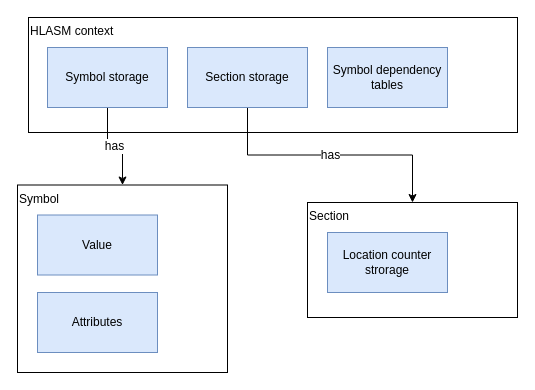
Above: documentation/img/ord_ctx_arch.drawio in michalbali256/HlasmPlugin-docs (draw.io), before the change. Source tidied: cells renumbered, new cells numbered last; positions are measured from the earlier drawing's top-left corner, leaving out a move shared by most shapes. Both pictures are drawn from the tidied source at 100%, with x=0, y=0 at pixel (17, 17).
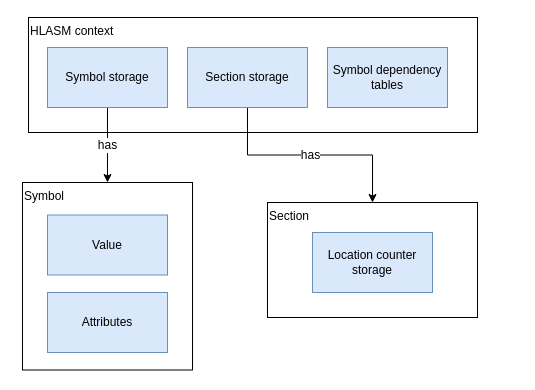
After the change.

Change to the diagram source:
```diff
@@
 <mxGraphModel>
   <root>
     <mxCell id="0" />
     <mxCell id="1" parent="0" />
     <mxCell id="2" value="Section" style="rounded=0;whiteSpace=wrap;html=1;flipV=0;flipH=1;direction=east;verticalAlign=top;align=left;" parent="1" vertex="1">
-      <mxGeometry x="290" y="185" width="210" height="115" as="geometry" />
+      <mxGeometry x="250" y="185" width="210" height="115" as="geometry" />
     </mxCell>
     <mxCell id="3" value="HLASM context" style="rounded=0;whiteSpace=wrap;html=1;flipV=0;flipH=1;direction=east;verticalAlign=top;align=left;" parent="1" vertex="1">
-      <mxGeometry x="11" width="489" height="115" as="geometry" />
+      <mxGeometry x="11" width="449" height="115" as="geometry" />
     </mxCell>
     <mxCell id="4" value="has" style="edgeStyle=orthogonalEdgeStyle;rounded=0;jettySize=auto;html=1;fontSize=12;" parent="1" edge="1" source="5" target="10">
       <mxGeometry relative="1" as="geometry" />
     </mxCell>
     <mxCell id="5" value="Symbol storage" style="rounded=0;whiteSpace=wrap;html=1;flipV=0;flipH=1;direction=east;verticalAlign=middle;fillColor=#dae8fc;strokeColor=#6c8ebf;" parent="1" vertex="1">
       <mxGeometry x="30" y="30" width="120" height="60" as="geometry" />
     </mxCell>
     <mxCell id="6" value="has" style="edgeStyle=orthogonalEdgeStyle;rounded=0;jettySize=auto;html=1;entryX=0.5;entryY=0;entryDx=0;entryDy=0;fontSize=12;" parent="1" edge="1" source="7" target="2">
       <mxGeometry relative="1" as="geometry" />
     </mxCell>
     <mxCell id="7" value="Section storage" style="rounded=0;whiteSpace=wrap;html=1;flipV=0;flipH=1;direction=east;verticalAlign=middle;fillColor=#dae8fc;strokeColor=#6c8ebf;" parent="1" vertex="1">
       <mxGeometry x="170" y="30" width="120" height="60" as="geometry" />
     </mxCell>
     <mxCell id="8" value="Symbol dependency tables" style="rounded=0;whiteSpace=wrap;html=1;flipV=0;flipH=1;direction=east;verticalAlign=middle;fillColor=#dae8fc;strokeColor=#6c8ebf;" parent="1" vertex="1">
       <mxGeometry x="310" y="30" width="120" height="60" as="geometry" />
     </mxCell>
-    <mxCell id="9" value="Location counter strorage" style="rounded=0;whiteSpace=wrap;html=1;flipV=0;flipH=1;direction=east;verticalAlign=middle;fillColor=#dae8fc;strokeColor=#6c8ebf;" parent="1" vertex="1">
-      <mxGeometry x="310" y="215" width="120" height="60" as="geometry" />
+    <mxCell id="9" value="Location counter storage" style="rounded=0;whiteSpace=wrap;html=1;flipV=0;flipH=1;direction=east;verticalAlign=middle;fillColor=#dae8fc;strokeColor=#6c8ebf;" parent="1" vertex="1">
+      <mxGeometry x="295" y="215" width="120" height="60" as="geometry" />
     </mxCell>
     <mxCell id="10" value="Symbol" style="rounded=0;whiteSpace=wrap;html=1;flipV=0;flipH=1;direction=east;verticalAlign=top;align=left;" parent="1" vertex="1">
-      <mxGeometry y="167.5" width="210" height="187.5" as="geometry" />
+      <mxGeometry x="5" y="165" width="170" height="187.5" as="geometry" />
     </mxCell>
     <mxCell id="11" value="Value" style="rounded=0;whiteSpace=wrap;html=1;flipV=0;flipH=1;direction=east;verticalAlign=middle;fillColor=#dae8fc;strokeColor=#6c8ebf;" parent="1" vertex="1">
-      <mxGeometry x="20" y="197.5" width="120" height="60" as="geometry" />
+      <mxGeometry x="30" y="197.5" width="120" height="60" as="geometry" />
     </mxCell>
     <mxCell id="12" value="Attributes" style="rounded=0;whiteSpace=wrap;html=1;flipV=0;flipH=1;direction=east;verticalAlign=middle;fillColor=#dae8fc;strokeColor=#6c8ebf;" parent="1" vertex="1">
-      <mxGeometry x="20" y="275" width="120" height="60" as="geometry" />
+      <mxGeometry x="30" y="275" width="120" height="60" as="geometry" />
     </mxCell>
   </root>
 </mxGraphModel>
```
